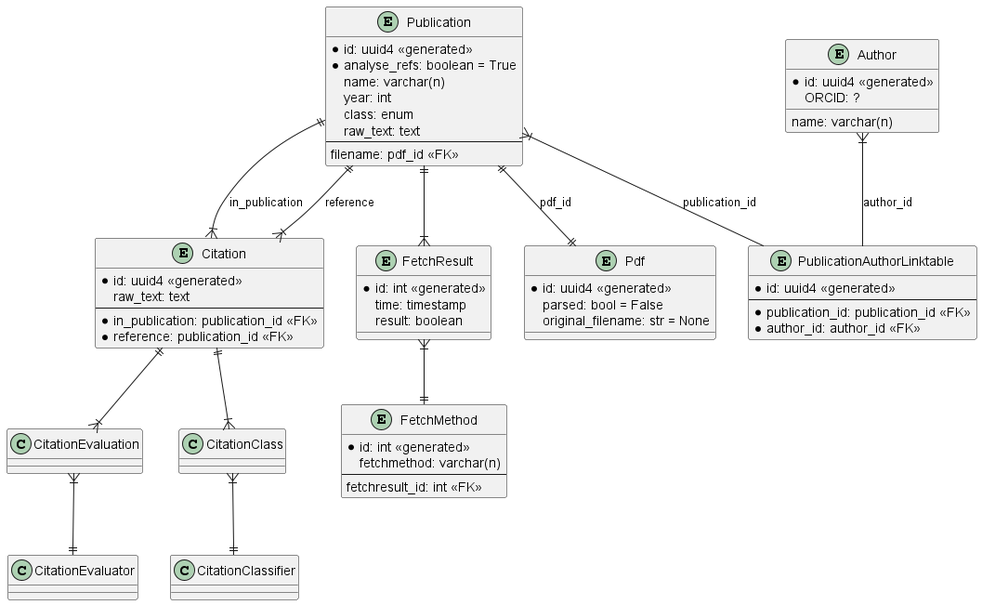
Before: docs/Database Schema.png, a diagram exported from PlantUML (ouspg/refhandler).
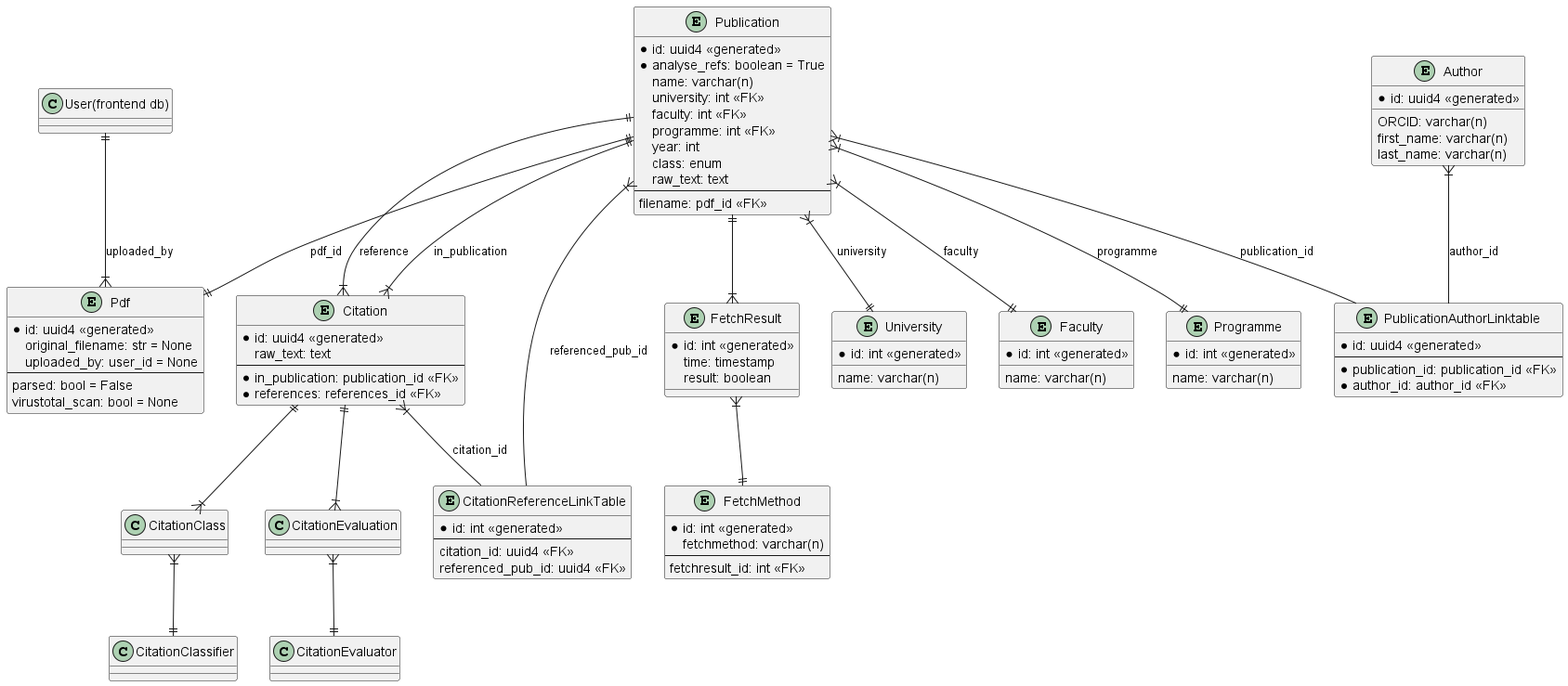
The same diagram one commit later.

Commit message:
forgot to render db diagram

Change to the diagram source:
```diff
@@ -4,6 +4,9 @@
     *id: uuid4 <<generated>>
     *analyse_refs: boolean = True
     name: varchar(n)
+    university: int <<FK>>
+    faculty: int <<FK>>
+    programme: int <<FK>>
     year: int
     class: enum
     raw_text: text
@@ -13,9 +16,11 @@
 
 entity Pdf {
     *id: uuid4 <<generated>>
+    original_filename: str = None
+    uploaded_by: user_id = None
+    --
     parsed: bool = False
-    original_filename: str = None
-
+    virustotal_scan: bool = None
 }
 
 entity PublicationAuthorLinktable{
@@ -27,8 +32,9 @@
 
 entity Author{
     *id: uuid4 <<generated>>
-    ORCID: ?
-    name: varchar(n)
+    ORCID: varchar(n)
+    first_name: varchar(n)
+    last_name: varchar(n)
 }
 
 entity Citation{
@@ -36,7 +42,14 @@
     raw_text: text
     --
     *in_publication: publication_id <<FK>>
-    *reference: publication_id <<FK>>
+    *references: references_id <<FK>>
+}
+
+entity CitationReferenceLinkTable{
+    *id: int <<generated>>
+    --
+    citation_id: uuid4 <<FK>>
+    referenced_pub_id: uuid4 <<FK>>
 }
 
 entity FetchResult{
@@ -52,6 +65,23 @@
     fetchresult_id: int <<FK>>
 }
 
+entity University{
+    *id: int <<generated>>
+    name: varchar(n)
+}
+
+entity Faculty{
+    *id: int <<generated>>
+    name: varchar(n)
+}
+
+entity Programme{
+    *id: int <<generated>>
+    name: varchar(n)
+}
+
+"User(frontend db)" ||--|{ Pdf: uploaded_by
+
 Publication ||--|| Pdf: pdf_id
 Publication }|-- PublicationAuthorLinktable: publication_id
 Author }|-- PublicationAuthorLinktable: author_id
@@ -62,9 +92,16 @@
 Publication ||--|{ Citation: in_publication
 Publication ||--|{ Citation: reference
 
+Citation }|-- CitationReferenceLinkTable: citation_id
+CitationReferenceLinkTable --|{ Publication: referenced_pub_id
+
 Citation ||--|{ CitationClass
 CitationClass }|--|| CitationClassifier
 Citation ||--|{ CitationEvaluation
 CitationEvaluation }|--|| CitationEvaluator
 
+Publication }|--|| University: university
+Publication }|--|| Faculty: faculty
+Publication }|--|| Programme: programme
+
 @enduml
```
